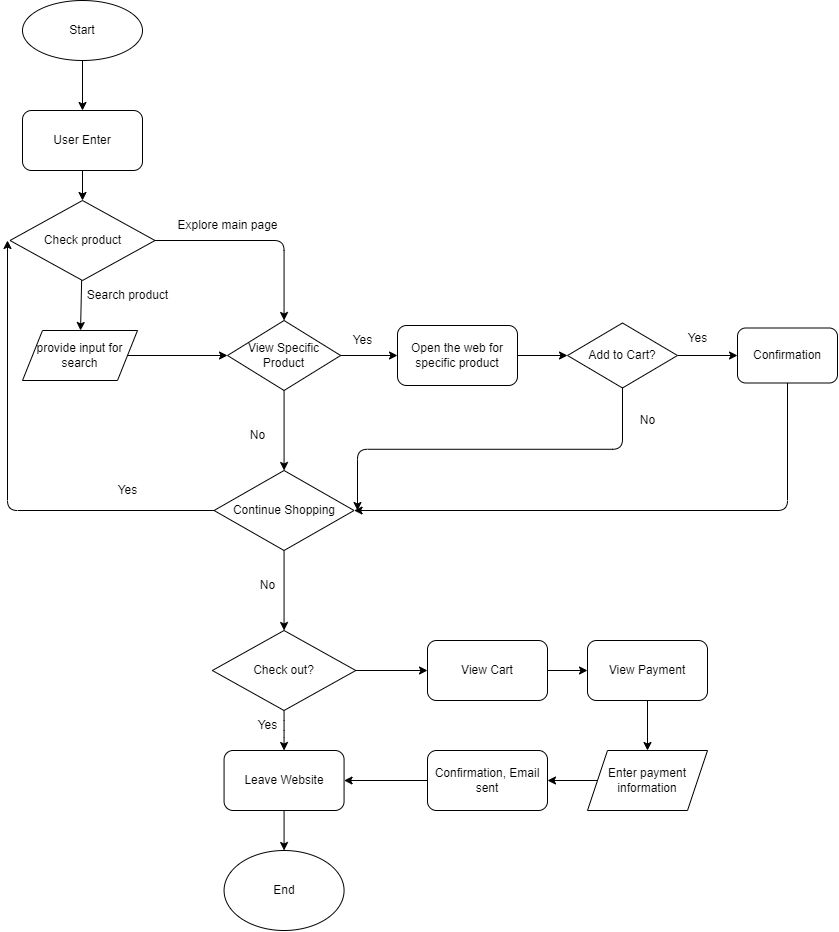
Above: explore/diagramming/diagram.drawio.png in ruili4UCSD/sp23-cse110-lab4 (draw.io), before the change. Source tidied: cells renumbered, new cells last; positions are measured from the earlier drawing's top-left corner, leaving out a move shared by most shapes. Its diagram source:
```xml
<mxGraphModel>
  <root>
    <mxCell id="0" />
    <mxCell id="1" parent="0" />
    <mxCell id="2" style="edgeStyle=none;html=1;" parent="1" edge="1" source="3" target="5">
      <mxGeometry relative="1" as="geometry" />
    </mxCell>
    <mxCell id="3" value="Start" style="ellipse;whiteSpace=wrap;html=1;" parent="1" vertex="1">
      <mxGeometry x="15" width="120" height="60" as="geometry" />
    </mxCell>
    <mxCell id="4" style="edgeStyle=none;html=1;" parent="1" edge="1" source="5" target="8">
      <mxGeometry relative="1" as="geometry" />
    </mxCell>
    <mxCell id="5" value="User Enter" style="rounded=1;whiteSpace=wrap;html=1;" parent="1" vertex="1">
      <mxGeometry x="15" y="110" width="120" height="60" as="geometry" />
    </mxCell>
    <mxCell id="6" style="edgeStyle=none;html=1;" parent="1" edge="1" source="8" target="10">
      <mxGeometry relative="1" as="geometry" />
    </mxCell>
    <mxCell id="7" style="edgeStyle=orthogonalEdgeStyle;html=1;exitX=1;exitY=0.5;exitDx=0;exitDy=0;entryX=0.5;entryY=0;entryDx=0;entryDy=0;" parent="1" edge="1" source="8" target="18">
      <mxGeometry relative="1" as="geometry" />
    </mxCell>
    <mxCell id="8" value="Check product" style="rhombus;whiteSpace=wrap;html=1;" parent="1" vertex="1">
      <mxGeometry x="2.5" y="200" width="145" height="80" as="geometry" />
    </mxCell>
    <mxCell id="9" style="html=1;exitX=1;exitY=0.5;exitDx=0;exitDy=0;entryX=0;entryY=0.5;entryDx=0;entryDy=0;" parent="1" edge="1" source="10">
      <mxGeometry relative="1" as="geometry">
        <mxPoint x="220" y="355" as="targetPoint" />
      </mxGeometry>
    </mxCell>
    <mxCell id="10" value="provide input for search" style="shape=parallelogram;perimeter=parallelogramPerimeter;whiteSpace=wrap;html=1;fixedSize=1;" parent="1" vertex="1">
      <mxGeometry x="15" y="330" width="115" height="50" as="geometry" />
    </mxCell>
    <mxCell id="11" value="Search product" style="text;html=1;align=center;verticalAlign=middle;strokeColor=none;fillColor=none;" parent="1" vertex="1">
      <mxGeometry x="70" y="280" width="100" height="30" as="geometry" />
    </mxCell>
    <mxCell id="12" value="Explore main page" style="text;html=1;align=center;verticalAlign=middle;strokeColor=none;fillColor=none;" parent="1" vertex="1">
      <mxGeometry x="160" y="210" width="120" height="30" as="geometry" />
    </mxCell>
    <mxCell id="13" style="html=1;exitX=0.5;exitY=1;exitDx=0;exitDy=0;entryX=0.5;entryY=0;entryDx=0;entryDy=0;" parent="1" edge="1" source="18" target="16">
      <mxGeometry relative="1" as="geometry" />
    </mxCell>
    <mxCell id="14" style="edgeStyle=orthogonalEdgeStyle;html=1;exitX=0;exitY=0.5;exitDx=0;exitDy=0;" parent="1" edge="1" source="16">
      <mxGeometry relative="1" as="geometry">
        <mxPoint y="240" as="targetPoint" />
      </mxGeometry>
    </mxCell>
    <mxCell id="15" style="edgeStyle=orthogonalEdgeStyle;html=1;entryX=0.5;entryY=0;entryDx=0;entryDy=0;" parent="1" edge="1" source="16" target="34">
      <mxGeometry relative="1" as="geometry" />
    </mxCell>
    <mxCell id="16" value="Continue Shopping" style="rhombus;whiteSpace=wrap;html=1;" parent="1" vertex="1">
      <mxGeometry x="206.6" y="470" width="140" height="80" as="geometry" />
    </mxCell>
    <mxCell id="17" style="edgeStyle=orthogonalEdgeStyle;html=1;entryX=0;entryY=0.5;entryDx=0;entryDy=0;" parent="1" edge="1" source="18" target="23">
      <mxGeometry relative="1" as="geometry" />
    </mxCell>
    <mxCell id="18" value="View Specific Product" style="rhombus;whiteSpace=wrap;html=1;" parent="1" vertex="1">
      <mxGeometry x="220" y="320" width="113.1" height="70" as="geometry" />
    </mxCell>
    <mxCell id="19" value="No" style="text;html=1;align=center;verticalAlign=middle;strokeColor=none;fillColor=none;" parent="1" vertex="1">
      <mxGeometry x="230" y="420" width="40" height="30" as="geometry" />
    </mxCell>
    <mxCell id="20" value="Yes" style="text;html=1;align=center;verticalAlign=middle;strokeColor=none;fillColor=none;" parent="1" vertex="1">
      <mxGeometry x="100" y="475" width="40" height="30" as="geometry" />
    </mxCell>
    <mxCell id="21" value="No" style="text;html=1;align=center;verticalAlign=middle;strokeColor=none;fillColor=none;" parent="1" vertex="1">
      <mxGeometry x="240" y="570" width="40" height="30" as="geometry" />
    </mxCell>
    <mxCell id="22" style="html=1;entryX=0;entryY=0.5;entryDx=0;entryDy=0;" parent="1" edge="1" source="23" target="27">
      <mxGeometry relative="1" as="geometry" />
    </mxCell>
    <mxCell id="23" value="Open the web for specific product" style="rounded=1;whiteSpace=wrap;html=1;" parent="1" vertex="1">
      <mxGeometry x="390" y="325" width="120" height="60" as="geometry" />
    </mxCell>
    <mxCell id="24" value="Yes" style="text;html=1;align=center;verticalAlign=middle;strokeColor=none;fillColor=none;" parent="1" vertex="1">
      <mxGeometry x="335" y="325" width="40" height="30" as="geometry" />
    </mxCell>
    <mxCell id="25" style="html=1;entryX=0;entryY=0.5;entryDx=0;entryDy=0;exitX=1;exitY=0.5;exitDx=0;exitDy=0;" parent="1" edge="1" source="27" target="30">
      <mxGeometry relative="1" as="geometry" />
    </mxCell>
    <mxCell id="26" style="edgeStyle=orthogonalEdgeStyle;html=1;exitX=0.5;exitY=1;exitDx=0;exitDy=0;" parent="1" edge="1" source="27">
      <mxGeometry relative="1" as="geometry">
        <mxPoint x="350" y="510" as="targetPoint" />
      </mxGeometry>
    </mxCell>
    <mxCell id="27" value="Add to Cart?" style="rhombus;whiteSpace=wrap;html=1;" parent="1" vertex="1">
      <mxGeometry x="560" y="322.5" width="110" height="65" as="geometry" />
    </mxCell>
    <mxCell id="28" value="Yes" style="text;html=1;align=center;verticalAlign=middle;strokeColor=none;fillColor=none;" parent="1" vertex="1">
      <mxGeometry x="670" y="322.5" width="40" height="30" as="geometry" />
    </mxCell>
    <mxCell id="29" style="edgeStyle=orthogonalEdgeStyle;html=1;exitX=0.5;exitY=1;exitDx=0;exitDy=0;entryX=1;entryY=0.5;entryDx=0;entryDy=0;" parent="1" edge="1" source="30" target="16">
      <mxGeometry relative="1" as="geometry" />
    </mxCell>
    <mxCell id="30" value="Confirmation" style="rounded=1;whiteSpace=wrap;html=1;" parent="1" vertex="1">
      <mxGeometry x="730" y="327.5" width="100" height="55" as="geometry" />
    </mxCell>
    <mxCell id="31" value="No" style="text;html=1;align=center;verticalAlign=middle;strokeColor=none;fillColor=none;" parent="1" vertex="1">
      <mxGeometry x="620" y="405" width="40" height="30" as="geometry" />
    </mxCell>
    <mxCell id="32" style="edgeStyle=orthogonalEdgeStyle;html=1;entryX=0.5;entryY=0;entryDx=0;entryDy=0;" parent="1" edge="1" source="34" target="37">
      <mxGeometry relative="1" as="geometry" />
    </mxCell>
    <mxCell id="33" style="edgeStyle=orthogonalEdgeStyle;html=1;exitX=1;exitY=0.5;exitDx=0;exitDy=0;entryX=0;entryY=0.5;entryDx=0;entryDy=0;" parent="1" edge="1" source="34" target="40">
      <mxGeometry relative="1" as="geometry" />
    </mxCell>
    <mxCell id="34" value="Check out?" style="rhombus;whiteSpace=wrap;html=1;" parent="1" vertex="1">
      <mxGeometry x="204.9" y="630" width="143.4" height="80" as="geometry" />
    </mxCell>
    <mxCell id="35" value="End" style="ellipse;whiteSpace=wrap;html=1;" parent="1" vertex="1">
      <mxGeometry x="216.6" y="850" width="120" height="80" as="geometry" />
    </mxCell>
    <mxCell id="36" style="edgeStyle=orthogonalEdgeStyle;html=1;exitX=0.5;exitY=1;exitDx=0;exitDy=0;entryX=0.5;entryY=0;entryDx=0;entryDy=0;" parent="1" edge="1" source="37" target="35">
      <mxGeometry relative="1" as="geometry" />
    </mxCell>
    <mxCell id="37" value="Leave Website" style="rounded=1;whiteSpace=wrap;html=1;" parent="1" vertex="1">
      <mxGeometry x="216.6" y="750" width="120" height="60" as="geometry" />
    </mxCell>
    <mxCell id="38" value="Yes" style="text;html=1;align=center;verticalAlign=middle;strokeColor=none;fillColor=none;" parent="1" vertex="1">
      <mxGeometry x="240" y="710" width="40" height="30" as="geometry" />
    </mxCell>
    <mxCell id="39" style="edgeStyle=orthogonalEdgeStyle;html=1;exitX=1;exitY=0.5;exitDx=0;exitDy=0;entryX=0;entryY=0.5;entryDx=0;entryDy=0;" parent="1" edge="1" source="40" target="42">
      <mxGeometry relative="1" as="geometry" />
    </mxCell>
    <mxCell id="40" value="View Cart" style="rounded=1;whiteSpace=wrap;html=1;" parent="1" vertex="1">
      <mxGeometry x="420" y="640" width="120" height="60" as="geometry" />
    </mxCell>
    <mxCell id="41" style="edgeStyle=orthogonalEdgeStyle;html=1;exitX=0.5;exitY=1;exitDx=0;exitDy=0;entryX=0.5;entryY=0;entryDx=0;entryDy=0;" parent="1" edge="1" source="42" target="44">
      <mxGeometry relative="1" as="geometry" />
    </mxCell>
    <mxCell id="42" value="View Payment" style="rounded=1;whiteSpace=wrap;html=1;" parent="1" vertex="1">
      <mxGeometry x="580" y="640" width="120" height="60" as="geometry" />
    </mxCell>
    <mxCell id="43" style="edgeStyle=orthogonalEdgeStyle;html=1;exitX=0;exitY=0.5;exitDx=0;exitDy=0;entryX=1;entryY=0.5;entryDx=0;entryDy=0;" parent="1" edge="1" source="44" target="46">
      <mxGeometry relative="1" as="geometry" />
    </mxCell>
    <mxCell id="44" value="Enter&amp;nbsp;payment information" style="shape=parallelogram;perimeter=parallelogramPerimeter;whiteSpace=wrap;html=1;fixedSize=1;" parent="1" vertex="1">
      <mxGeometry x="580" y="750" width="120" height="60" as="geometry" />
    </mxCell>
    <mxCell id="45" style="edgeStyle=orthogonalEdgeStyle;html=1;exitX=0;exitY=0.5;exitDx=0;exitDy=0;entryX=1;entryY=0.5;entryDx=0;entryDy=0;" parent="1" edge="1" source="46" target="37">
      <mxGeometry relative="1" as="geometry" />
    </mxCell>
    <mxCell id="46" value="Confirmation, Email sent" style="rounded=1;whiteSpace=wrap;html=1;" parent="1" vertex="1">
      <mxGeometry x="420" y="750" width="120" height="60" as="geometry" />
    </mxCell>
  </root>
</mxGraphModel>
```
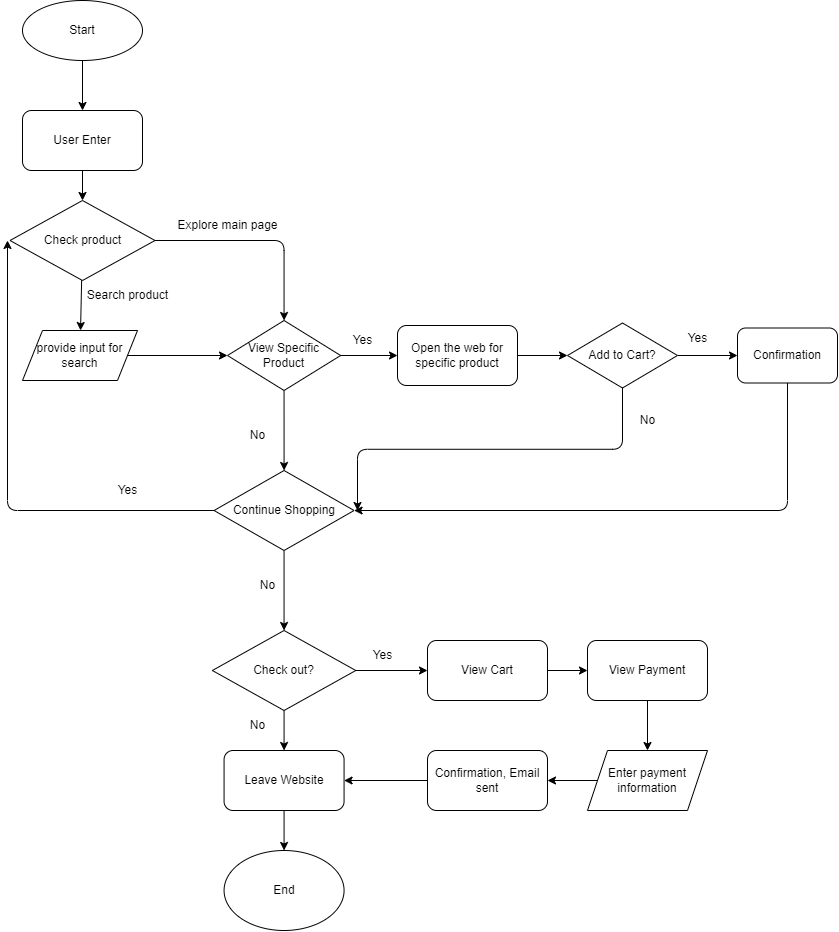
The same file after the commit.

The edit, as a diff of the source:
```diff
@@ -117,7 +117,7 @@
       <mxGeometry x="216.6" y="750" width="120" height="60" as="geometry" />
     </mxCell>
     <mxCell id="38" value="Yes" style="text;html=1;align=center;verticalAlign=middle;strokeColor=none;fillColor=none;" parent="1" vertex="1">
-      <mxGeometry x="240" y="710" width="40" height="30" as="geometry" />
+      <mxGeometry x="355" y="640" width="40" height="30" as="geometry" />
     </mxCell>
     <mxCell id="39" style="edgeStyle=orthogonalEdgeStyle;html=1;exitX=1;exitY=0.5;exitDx=0;exitDy=0;entryX=0;entryY=0.5;entryDx=0;entryDy=0;" parent="1" edge="1" source="40" target="42">
       <mxGeometry relative="1" as="geometry" />
@@ -143,5 +143,8 @@
     <mxCell id="46" value="Confirmation, Email sent" style="rounded=1;whiteSpace=wrap;html=1;" parent="1" vertex="1">
       <mxGeometry x="420" y="750" width="120" height="60" as="geometry" />
     </mxCell>
+    <mxCell id="47" value="No" style="text;html=1;align=center;verticalAlign=middle;strokeColor=none;fillColor=none;" parent="1" vertex="1">
+      <mxGeometry x="230" y="710" width="40" height="30" as="geometry" />
+    </mxCell>
   </root>
 </mxGraphModel>
```
